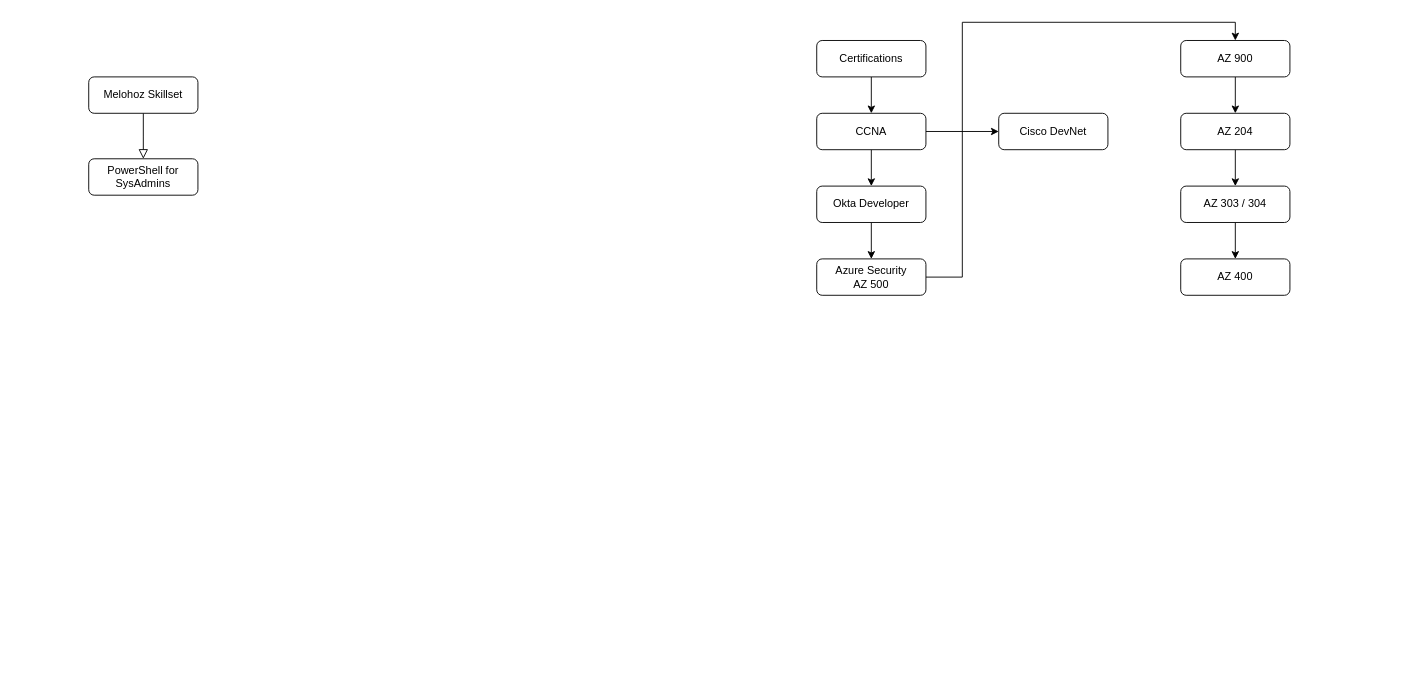
adrianrendek/ws16insideout keeps this draw.io diagram as Untitled Diagram.drawio. Above is the earlier version. Source tidied: cells renumbered, new cells numbered last; positions are measured from the earlier drawing's top-left corner, leaving out a move shared by most shapes. Both pictures are drawn from the tidied source at 91%, with x=0, y=0 at pixel (88, 22).
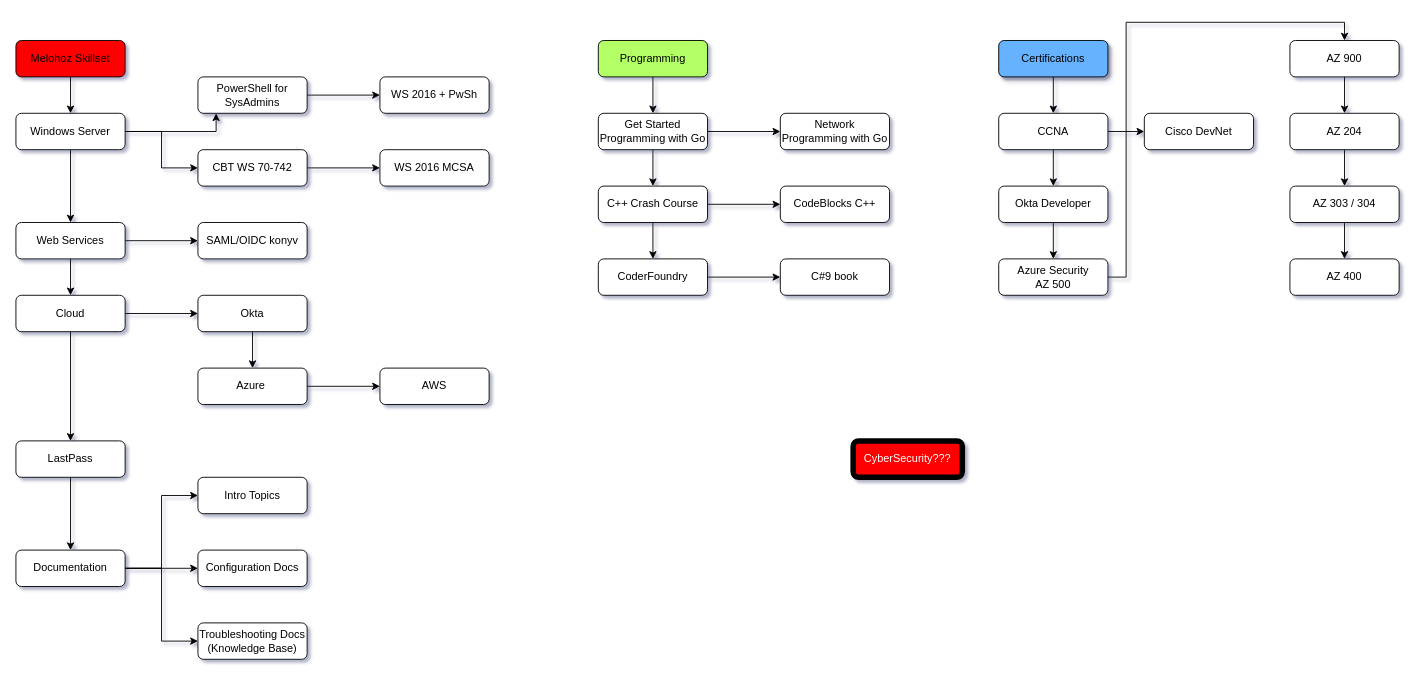
The same page after the edit.

The edit, as a diff of the source:
```diff
@@
-<mxGraphModel>
+<mxGraphModel shadow="1">
@@
-    <mxCell id="2" style="rounded=0;html=1;jettySize=auto;fontSize=11;endArrow=block;endFill=0;endSize=8;strokeWidth=1;shadow=0;labelBackgroundColor=none;edgeStyle=orthogonalEdgeStyle;" parent="1" edge="1" source="3">
-      <mxGeometry relative="1" as="geometry">
-        <mxPoint x="60" y="150" as="targetPoint" />
-      </mxGeometry>
-    </mxCell>
+    <mxCell id="22" style="edgeStyle=orthogonalEdgeStyle;rounded=0;jettySize=auto;html=1;" parent="1" edge="1" source="3" target="38">
+      <mxGeometry relative="1" as="geometry" />
+    </mxCell>
-    <mxCell id="3" value="Melohoz Skillset" style="rounded=1;whiteSpace=wrap;html=1;fontSize=12;glass=0;strokeWidth=1;shadow=0;" parent="1" vertex="1">
-      <mxGeometry y="60" width="120" height="40" as="geometry" />
+    <mxCell id="3" value="Melohoz Skillset" style="rounded=1;whiteSpace=wrap;html=1;fontSize=12;glass=0;strokeWidth=1;shadow=0;fillColor=#FF0000;" parent="1" vertex="1">
+      <mxGeometry x="-80" y="20" width="120" height="40" as="geometry" />
     </mxCell>
-    <mxCell id="4" value="PowerShell for SysAdmins" style="rounded=1;whiteSpace=wrap;html=1;fontSize=12;glass=0;strokeWidth=1;shadow=0;" parent="1" vertex="1">
-      <mxGeometry y="150" width="120" height="40" as="geometry" />
-    </mxCell>
@@
-    <mxCell id="6" value="Certifications" style="rounded=1;whiteSpace=wrap;html=1;fontSize=12;glass=0;strokeWidth=1;shadow=0;" parent="1" vertex="1">
-      <mxGeometry x="800" y="20" width="120" height="40" as="geometry" />
+    <mxCell id="6" value="Certifications" style="rounded=1;whiteSpace=wrap;html=1;fontSize=12;glass=0;strokeWidth=1;shadow=1;fillColor=#66B2FF;" parent="1" vertex="1">
+      <mxGeometry x="1000" y="20" width="120" height="40" as="geometry" />
     </mxCell>
@@
     <mxCell id="9" value="CCNA" style="rounded=1;whiteSpace=wrap;html=1;fontSize=12;glass=0;strokeWidth=1;shadow=0;" parent="1" vertex="1">
-      <mxGeometry x="800" y="100" width="120" height="40" as="geometry" />
+      <mxGeometry x="1000" y="100" width="120" height="40" as="geometry" />
     </mxCell>
@@
     <mxCell id="11" value="Okta Developer" style="rounded=1;whiteSpace=wrap;html=1;fontSize=12;glass=0;strokeWidth=1;shadow=0;" parent="1" vertex="1">
-      <mxGeometry x="800" y="180" width="120" height="40" as="geometry" />
+      <mxGeometry x="1000" y="180" width="120" height="40" as="geometry" />
     </mxCell>
     <mxCell id="12" value="Cisco DevNet" style="rounded=1;whiteSpace=wrap;html=1;fontSize=12;glass=0;strokeWidth=1;shadow=0;" parent="1" vertex="1">
-      <mxGeometry x="1000" y="100" width="120" height="40" as="geometry" />
+      <mxGeometry x="1160" y="100" width="120" height="40" as="geometry" />
     </mxCell>
     <mxCell id="13" style="edgeStyle=orthogonalEdgeStyle;rounded=0;jettySize=auto;html=1;entryX=0.5;entryY=0;entryDx=0;entryDy=0;" parent="1" edge="1" source="14" target="21">
       <mxGeometry relative="1" as="geometry">
         <Array as="points">
-          <mxPoint x="960" y="280" />
-          <mxPoint x="960" />
-          <mxPoint x="1260" />
+          <mxPoint x="1140" y="280" />
+          <mxPoint x="1140" />
+          <mxPoint x="1380" />
         </Array>
       </mxGeometry>
     </mxCell>
     <mxCell id="14" value="Azure Security &lt;br&gt;AZ 500" style="rounded=1;whiteSpace=wrap;html=1;fontSize=12;glass=0;strokeWidth=1;shadow=0;" parent="1" vertex="1">
-      <mxGeometry x="800" y="260" width="120" height="40" as="geometry" />
+      <mxGeometry x="1000" y="260" width="120" height="40" as="geometry" />
     </mxCell>
@@
     <mxCell id="16" value="AZ 303 / 304" style="rounded=1;whiteSpace=wrap;html=1;fontSize=12;glass=0;strokeWidth=1;shadow=0;" parent="1" vertex="1">
-      <mxGeometry x="1200" y="180" width="120" height="40" as="geometry" />
+      <mxGeometry x="1320" y="180" width="120" height="40" as="geometry" />
     </mxCell>
     <mxCell id="17" value="AZ 400" style="rounded=1;whiteSpace=wrap;html=1;fontSize=12;glass=0;strokeWidth=1;shadow=0;" parent="1" vertex="1">
-      <mxGeometry x="1200" y="260" width="120" height="40" as="geometry" />
+      <mxGeometry x="1320" y="260" width="120" height="40" as="geometry" />
     </mxCell>
@@
     <mxCell id="19" value="AZ 204" style="rounded=1;whiteSpace=wrap;html=1;fontSize=12;glass=0;strokeWidth=1;shadow=0;" parent="1" vertex="1">
-      <mxGeometry x="1200" y="100" width="120" height="40" as="geometry" />
+      <mxGeometry x="1320" y="100" width="120" height="40" as="geometry" />
     </mxCell>
@@
     <mxCell id="21" value="AZ 900" style="rounded=1;whiteSpace=wrap;html=1;fontSize=12;glass=0;strokeWidth=1;shadow=0;" parent="1" vertex="1">
-      <mxGeometry x="1200" y="20" width="120" height="40" as="geometry" />
+      <mxGeometry x="1320" y="20" width="120" height="40" as="geometry" />
     </mxCell>
+    <mxCell id="23" style="edgeStyle=orthogonalEdgeStyle;rounded=0;jettySize=auto;html=1;" parent="1" edge="1" source="4" target="24">
+      <mxGeometry relative="1" as="geometry" />
+    </mxCell>
+    <mxCell id="4" value="PowerShell for SysAdmins" style="rounded=1;whiteSpace=wrap;html=1;fontSize=12;glass=0;strokeWidth=1;shadow=0;" parent="1" vertex="1">
+      <mxGeometry x="120" y="60" width="120" height="40" as="geometry" />
+    </mxCell>
+    <mxCell id="24" value="WS 2016 + PwSh" style="rounded=1;whiteSpace=wrap;html=1;fontSize=12;glass=0;strokeWidth=1;shadow=0;" parent="1" vertex="1">
+      <mxGeometry x="320" y="60" width="120" height="40" as="geometry" />
+    </mxCell>
+    <mxCell id="25" style="edgeStyle=orthogonalEdgeStyle;rounded=0;jettySize=auto;html=1;" parent="1" edge="1" source="26" target="27">
+      <mxGeometry relative="1" as="geometry" />
+    </mxCell>
+    <mxCell id="26" value="CBT WS 70-742" style="rounded=1;whiteSpace=wrap;html=1;fontSize=12;glass=0;strokeWidth=1;shadow=0;" parent="1" vertex="1">
+      <mxGeometry x="120" y="140" width="120" height="40" as="geometry" />
+    </mxCell>
+    <mxCell id="27" value="WS 2016 MCSA" style="rounded=1;whiteSpace=wrap;html=1;fontSize=12;glass=0;strokeWidth=1;shadow=0;" parent="1" vertex="1">
+      <mxGeometry x="320" y="140" width="120" height="40" as="geometry" />
+    </mxCell>
+    <mxCell id="28" value="SAML/OIDC konyv" style="rounded=1;whiteSpace=wrap;html=1;fontSize=12;glass=0;strokeWidth=1;shadow=0;" parent="1" vertex="1">
+      <mxGeometry x="120" y="220" width="120" height="40" as="geometry" />
+    </mxCell>
+    <mxCell id="29" style="edgeStyle=orthogonalEdgeStyle;rounded=0;jettySize=auto;html=1;" parent="1" edge="1" source="30" target="32">
+      <mxGeometry relative="1" as="geometry" />
+    </mxCell>
+    <mxCell id="30" value="Okta" style="rounded=1;whiteSpace=wrap;html=1;fontSize=12;glass=0;strokeWidth=1;shadow=0;" parent="1" vertex="1">
+      <mxGeometry x="120" y="300" width="120" height="40" as="geometry" />
+    </mxCell>
+    <mxCell id="31" style="edgeStyle=orthogonalEdgeStyle;rounded=0;jettySize=auto;html=1;" parent="1" edge="1" source="32" target="65">
+      <mxGeometry relative="1" as="geometry" />
+    </mxCell>
+    <mxCell id="32" value="Azure&amp;nbsp;" style="rounded=1;whiteSpace=wrap;html=1;fontSize=12;glass=0;strokeWidth=1;shadow=0;" parent="1" vertex="1">
+      <mxGeometry x="120" y="380" width="120" height="40" as="geometry" />
+    </mxCell>
+    <mxCell id="33" style="edgeStyle=orthogonalEdgeStyle;rounded=0;jettySize=auto;html=1;entryX=0.5;entryY=0;entryDx=0;entryDy=0;" parent="1" edge="1" source="34" target="48">
+      <mxGeometry relative="1" as="geometry" />
+    </mxCell>
+    <mxCell id="34" value="LastPass" style="rounded=1;whiteSpace=wrap;html=1;fontSize=12;glass=0;strokeWidth=1;shadow=0;" parent="1" vertex="1">
+      <mxGeometry x="-80" y="460" width="120" height="40" as="geometry" />
+    </mxCell>
+    <mxCell id="35" style="edgeStyle=orthogonalEdgeStyle;rounded=0;jettySize=auto;html=1;" parent="1" edge="1" source="38" target="4">
+      <mxGeometry relative="1" as="geometry">
+        <Array as="points">
+          <mxPoint x="140" y="120" />
+          <mxPoint x="140" y="80" />
+        </Array>
+      </mxGeometry>
+    </mxCell>
+    <mxCell id="36" style="edgeStyle=orthogonalEdgeStyle;rounded=0;jettySize=auto;html=1;" parent="1" edge="1" source="38" target="26">
+      <mxGeometry relative="1" as="geometry" />
+    </mxCell>
+    <mxCell id="37" style="edgeStyle=orthogonalEdgeStyle;rounded=0;jettySize=auto;html=1;" parent="1" edge="1" source="38" target="41">
+      <mxGeometry relative="1" as="geometry" />
+    </mxCell>
+    <mxCell id="38" value="Windows Server" style="rounded=1;whiteSpace=wrap;html=1;fontSize=12;glass=0;strokeWidth=1;shadow=0;" parent="1" vertex="1">
+      <mxGeometry x="-80" y="100" width="120" height="40" as="geometry" />
+    </mxCell>
+    <mxCell id="39" style="edgeStyle=orthogonalEdgeStyle;rounded=0;jettySize=auto;html=1;" parent="1" edge="1" source="41" target="28">
+      <mxGeometry relative="1" as="geometry" />
+    </mxCell>
+    <mxCell id="40" style="edgeStyle=orthogonalEdgeStyle;rounded=0;jettySize=auto;html=1;" parent="1" edge="1" source="41" target="44">
+      <mxGeometry relative="1" as="geometry" />
+    </mxCell>
+    <mxCell id="41" value="Web Services" style="rounded=1;whiteSpace=wrap;html=1;fontSize=12;glass=0;strokeWidth=1;shadow=0;" parent="1" vertex="1">
+      <mxGeometry x="-80" y="220" width="120" height="40" as="geometry" />
+    </mxCell>
+    <mxCell id="42" style="edgeStyle=orthogonalEdgeStyle;rounded=0;jettySize=auto;html=1;" parent="1" edge="1" source="44" target="30">
+      <mxGeometry relative="1" as="geometry" />
+    </mxCell>
+    <mxCell id="43" style="edgeStyle=orthogonalEdgeStyle;rounded=0;jettySize=auto;html=1;entryX=0.5;entryY=0;entryDx=0;entryDy=0;" parent="1" edge="1" source="44" target="34">
+      <mxGeometry relative="1" as="geometry" />
+    </mxCell>
+    <mxCell id="44" value="Cloud&lt;br&gt;" style="rounded=1;whiteSpace=wrap;html=1;fontSize=12;glass=0;strokeWidth=1;shadow=0;" parent="1" vertex="1">
+      <mxGeometry x="-80" y="300" width="120" height="40" as="geometry" />
+    </mxCell>
+    <mxCell id="45" style="edgeStyle=orthogonalEdgeStyle;rounded=0;jettySize=auto;html=1;entryX=0;entryY=0.5;entryDx=0;entryDy=0;" parent="1" edge="1" source="48" target="49">
+      <mxGeometry relative="1" as="geometry" />
+    </mxCell>
+    <mxCell id="46" style="edgeStyle=orthogonalEdgeStyle;rounded=0;jettySize=auto;html=1;entryX=0;entryY=0.5;entryDx=0;entryDy=0;" parent="1" edge="1" source="48" target="50">
+      <mxGeometry relative="1" as="geometry" />
+    </mxCell>
+    <mxCell id="47" style="edgeStyle=orthogonalEdgeStyle;rounded=0;jettySize=auto;html=1;entryX=0;entryY=0.5;entryDx=0;entryDy=0;" parent="1" edge="1" source="48" target="51">
+      <mxGeometry relative="1" as="geometry" />
+    </mxCell>
+    <mxCell id="48" value="Documentation" style="rounded=1;whiteSpace=wrap;html=1;fontSize=12;glass=0;strokeWidth=1;shadow=0;" parent="1" vertex="1">
+      <mxGeometry x="-80" y="580" width="120" height="40" as="geometry" />
+    </mxCell>
+    <mxCell id="49" value="Intro Topics" style="rounded=1;whiteSpace=wrap;html=1;fontSize=12;glass=0;strokeWidth=1;shadow=0;" parent="1" vertex="1">
+      <mxGeometry x="120" y="500" width="120" height="40" as="geometry" />
+    </mxCell>
+    <mxCell id="50" value="Configuration Docs" style="rounded=1;whiteSpace=wrap;html=1;fontSize=12;glass=0;strokeWidth=1;shadow=0;" parent="1" vertex="1">
+      <mxGeometry x="120" y="580" width="120" height="40" as="geometry" />
+    </mxCell>
+    <mxCell id="51" value="Troubleshooting Docs (Knowledge Base)" style="rounded=1;whiteSpace=wrap;html=1;fontSize=12;glass=0;strokeWidth=1;shadow=0;" parent="1" vertex="1">
+      <mxGeometry x="120" y="660" width="120" height="40" as="geometry" />
+    </mxCell>
+    <mxCell id="52" style="edgeStyle=orthogonalEdgeStyle;rounded=0;jettySize=auto;html=1;" parent="1" edge="1" source="53" target="56">
+      <mxGeometry relative="1" as="geometry" />
+    </mxCell>
+    <mxCell id="53" value="Programming" style="rounded=1;whiteSpace=wrap;html=1;fontSize=12;glass=0;strokeWidth=1;shadow=0;fillColor=#B3FF66;" parent="1" vertex="1">
+      <mxGeometry x="560" y="20" width="120" height="40" as="geometry" />
+    </mxCell>
+    <mxCell id="54" style="edgeStyle=orthogonalEdgeStyle;rounded=0;jettySize=auto;html=1;entryX=0;entryY=0.5;entryDx=0;entryDy=0;" parent="1" edge="1" source="56" target="57">
+      <mxGeometry relative="1" as="geometry" />
+    </mxCell>
+    <mxCell id="55" style="edgeStyle=orthogonalEdgeStyle;rounded=0;jettySize=auto;html=1;" parent="1" edge="1" source="56" target="60">
+      <mxGeometry relative="1" as="geometry" />
+    </mxCell>
+    <mxCell id="56" value="Get Started Programming with Go&lt;br&gt;" style="rounded=1;whiteSpace=wrap;html=1;fontSize=12;glass=0;strokeWidth=1;shadow=0;" parent="1" vertex="1">
+      <mxGeometry x="560" y="100" width="120" height="40" as="geometry" />
+    </mxCell>
+    <mxCell id="57" value="Network Programming with Go" style="rounded=1;whiteSpace=wrap;html=1;fontSize=12;glass=0;strokeWidth=1;shadow=0;" parent="1" vertex="1">
+      <mxGeometry x="760" y="100" width="120" height="40" as="geometry" />
+    </mxCell>
+    <mxCell id="58" style="edgeStyle=orthogonalEdgeStyle;rounded=0;jettySize=auto;html=1;" parent="1" edge="1" source="60" target="61">
+      <mxGeometry relative="1" as="geometry" />
+    </mxCell>
+    <mxCell id="59" style="edgeStyle=orthogonalEdgeStyle;rounded=0;jettySize=auto;html=1;" parent="1" edge="1" source="60" target="63">
+      <mxGeometry relative="1" as="geometry" />
+    </mxCell>
+    <mxCell id="60" value="C++ Crash Course" style="rounded=1;whiteSpace=wrap;html=1;fontSize=12;glass=0;strokeWidth=1;shadow=0;" parent="1" vertex="1">
+      <mxGeometry x="560" y="180" width="120" height="40" as="geometry" />
+    </mxCell>
+    <mxCell id="61" value="CodeBlocks C++" style="rounded=1;whiteSpace=wrap;html=1;fontSize=12;glass=0;strokeWidth=1;shadow=0;" parent="1" vertex="1">
+      <mxGeometry x="760" y="180" width="120" height="40" as="geometry" />
+    </mxCell>
+    <mxCell id="62" style="edgeStyle=orthogonalEdgeStyle;rounded=0;jettySize=auto;html=1;" parent="1" edge="1" source="63" target="64">
+      <mxGeometry relative="1" as="geometry" />
+    </mxCell>
+    <mxCell id="63" value="CoderFoundry" style="rounded=1;whiteSpace=wrap;html=1;fontSize=12;glass=0;strokeWidth=1;shadow=0;" parent="1" vertex="1">
+      <mxGeometry x="560" y="260" width="120" height="40" as="geometry" />
+    </mxCell>
+    <mxCell id="64" value="C#9 book" style="rounded=1;whiteSpace=wrap;html=1;fontSize=12;glass=0;strokeWidth=1;shadow=0;" parent="1" vertex="1">
+      <mxGeometry x="760" y="260" width="120" height="40" as="geometry" />
+    </mxCell>
+    <mxCell id="65" value="AWS" style="rounded=1;whiteSpace=wrap;html=1;fontSize=12;glass=0;strokeWidth=1;shadow=0;" parent="1" vertex="1">
+      <mxGeometry x="320" y="380" width="120" height="40" as="geometry" />
+    </mxCell>
+    <mxCell id="66" value="&lt;font color=&quot;#ffffff&quot;&gt;CyberSecurity???&lt;/font&gt;" style="rounded=1;whiteSpace=wrap;html=1;fontSize=12;glass=0;strokeWidth=6;shadow=0;fillColor=#FF0000;" parent="1" vertex="1">
+      <mxGeometry x="840" y="460" width="120" height="40" as="geometry" />
+    </mxCell>
```
